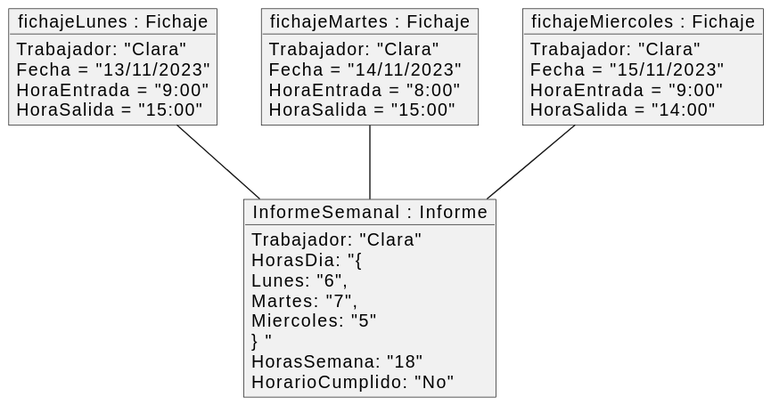
Before: imagenes/modeloDelDominio/diagramaDeObjetos/diagramaDeObjetos002.svg, a diagram exported from PlantUML (mmasias/23-24-IdSw1-SDR). Its diagram source:
```plantuml
@startuml
object "fichajeLunes : Fichaje" as FichajeLunes {
    Trabajador: "Clara"
    Fecha = "13/11/2023"
    HoraEntrada = "9:00"
    HoraSalida = "15:00"
}
object "fichajeMartes : Fichaje" as FichajeMartes {
    Trabajador: "Clara"
    Fecha = "14/11/2023"
    HoraEntrada = "8:00"
    HoraSalida = "15:00"
}
object "fichajeMiercoles : Fichaje" as FichajeMiercoles {
    Trabajador: "Clara"
    Fecha = "15/11/2023"
    HoraEntrada = "9:00"
    HoraSalida = "14:00"
}
object "InformeSemanal : Informe" as InformeSemanal {
    Trabajador: "Clara"
    HorasDia: "{
        Lunes: "6",
        Martes: "7",
        Miercoles: "5"
    }"
    HorasSemana: "18"
    HorarioCumplido: "No"

}

FichajeLunes -- InformeSemanal
FichajeMartes -- InformeSemanal
FichajeMiercoles -- InformeSemanal
@enduml
```
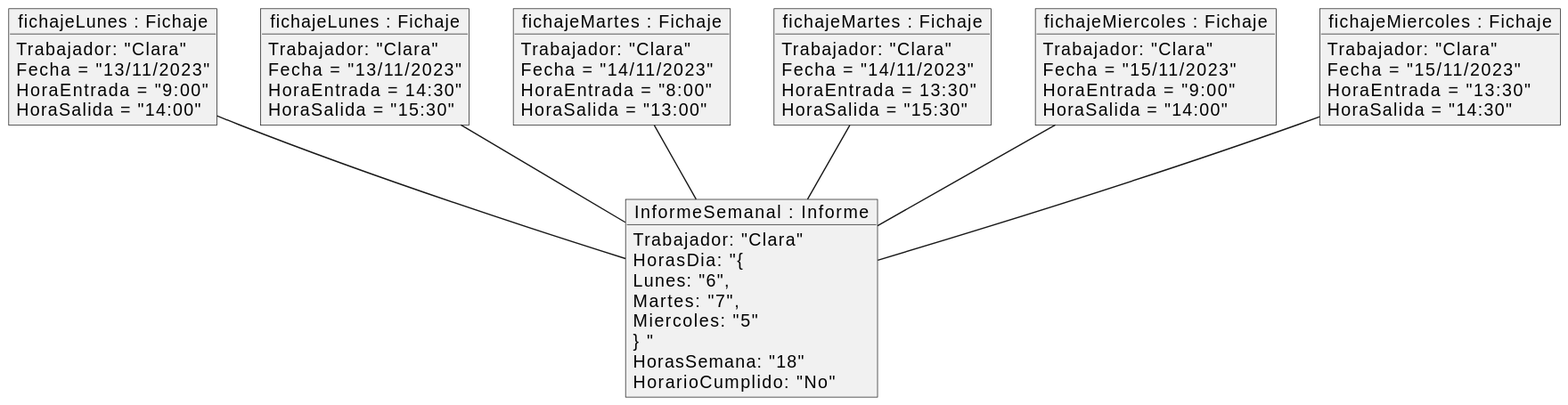
Later version of the same file.

What changed in the source:
```diff
@@ -1,21 +1,39 @@
 @startuml
-object "fichajeLunes : Fichaje" as FichajeLunes {
+object "fichajeLunes : Fichaje" as FichajeLunes1 {
     Trabajador: "Clara"
     Fecha = "13/11/2023"
     HoraEntrada = "9:00"
-    HoraSalida = "15:00"
+    HoraSalida = "14:00"
 }
-object "fichajeMartes : Fichaje" as FichajeMartes {
+object "fichajeLunes : Fichaje" as FichajeLunes2 {
+    Trabajador: "Clara"
+    Fecha = "13/11/2023"
+    HoraEntrada = 14:30"
+    HoraSalida = "15:30"
+}
+object "fichajeMartes : Fichaje" as FichajeMartes1 {
     Trabajador: "Clara"
     Fecha = "14/11/2023"
     HoraEntrada = "8:00"
-    HoraSalida = "15:00"
+    HoraSalida = "13:00"
 }
-object "fichajeMiercoles : Fichaje" as FichajeMiercoles {
+object "fichajeMartes : Fichaje" as FichajeMartes2 {
+    Trabajador: "Clara"
+    Fecha = "14/11/2023"
+    HoraEntrada = 13:30"
+    HoraSalida = "15:30"
+}
+object "fichajeMiercoles : Fichaje" as FichajeMiercoles1 {
     Trabajador: "Clara"
     Fecha = "15/11/2023"
     HoraEntrada = "9:00"
     HoraSalida = "14:00"
+}
+object "fichajeMiercoles : Fichaje" as FichajeMiercoles2 {
+    Trabajador: "Clara"
+    Fecha = "15/11/2023"
+    HoraEntrada = "13:30"
+    HoraSalida = "14:30"
 }
 object "InformeSemanal : Informe" as InformeSemanal {
     Trabajador: "Clara"
@@ -29,7 +47,10 @@
 
 }
 
-FichajeLunes -- InformeSemanal
-FichajeMartes -- InformeSemanal
-FichajeMiercoles -- InformeSemanal
+FichajeLunes1 -- InformeSemanal
+FichajeMartes1 -- InformeSemanal
+FichajeMiercoles1 -- InformeSemanal
+FichajeLunes2 -- InformeSemanal
+FichajeMartes2 -- InformeSemanal
+FichajeMiercoles2 -- InformeSemanal
 @enduml
```
